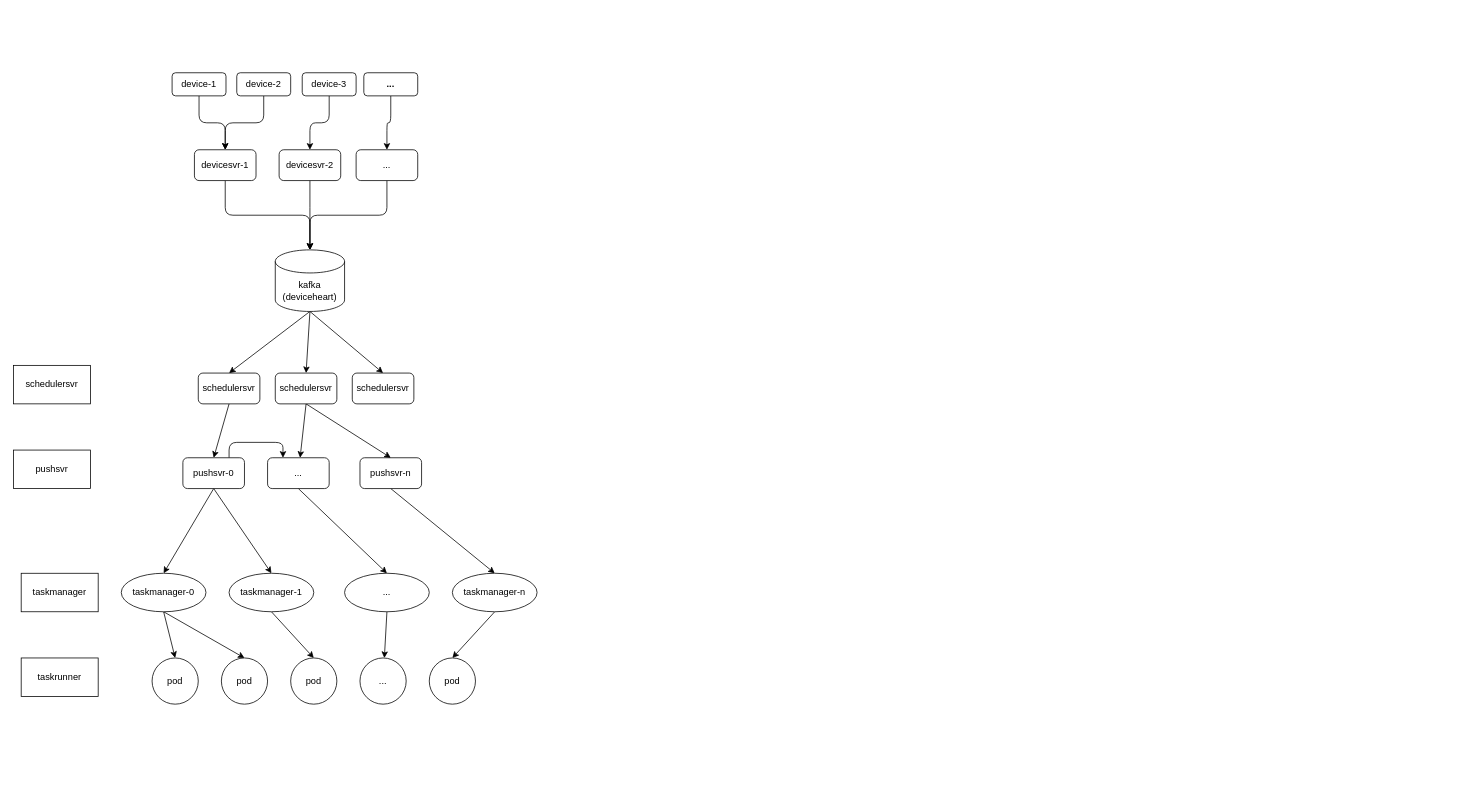
zhufuyin/draw keeps this draw.io diagram as 云测调度流程.drawio. Above is the earlier version. Source tidied: cells renumbered, new cells numbered last; positions are measured from the earlier drawing's top-left corner, leaving out a move shared by most shapes. Both pictures are drawn from the tidied source at 77%, with x=0, y=0 at pixel (13, 72).
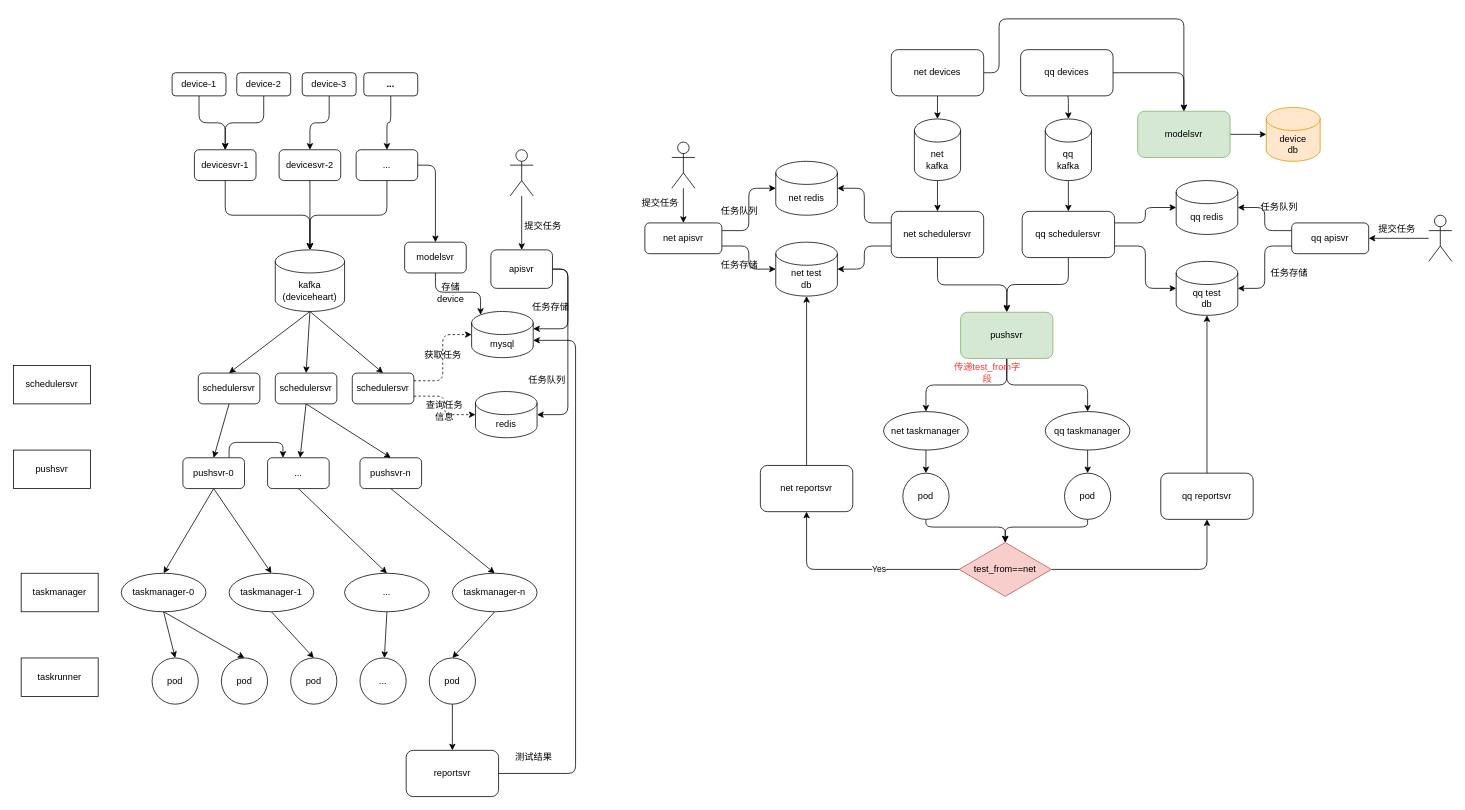
The same page after the edit.

Commit message:
更新云测调度流程.drawio

Unchanged cells that the change refers to:
```xml
<mxCell id="29" value="pod" style="ellipse;whiteSpace=wrap;html=1;" parent="1" vertex="1">
  <mxGeometry x="540" y="760" width="60" height="60" as="geometry" />
</mxCell>
<mxCell id="37" value="schedulersvr" style="rounded=1;whiteSpace=wrap;html=1;" parent="1" vertex="1">
  <mxGeometry x="440" y="390" width="80" height="40" as="geometry" />
</mxCell>
<mxCell id="43" value="..." style="rounded=1;whiteSpace=wrap;html=1;" parent="1" vertex="1">
  <mxGeometry x="445" y="100" width="80" height="40" as="geometry" />
</mxCell>
```

What changed in the source:
```diff
@@
+    <mxCell id="52" style="edgeStyle=orthogonalEdgeStyle;rounded=1;jettySize=auto;html=1;exitX=0.5;exitY=1;exitDx=0;exitDy=0;entryX=0.5;entryY=0;entryDx=0;entryDy=0;" parent="1" edge="1" source="29" target="69">
+      <mxGeometry relative="1" as="geometry" />
+    </mxCell>
@@
+    <mxCell id="53" style="edgeStyle=orthogonalEdgeStyle;rounded=1;jettySize=auto;html=1;exitX=1;exitY=0.75;exitDx=0;exitDy=0;entryX=0;entryY=0.5;entryDx=0;entryDy=0;entryPerimeter=0;dashed=1;" parent="1" edge="1" source="37" target="59">
+      <mxGeometry relative="1" as="geometry" />
+    </mxCell>
+    <mxCell id="54" style="edgeStyle=orthogonalEdgeStyle;rounded=1;jettySize=auto;html=1;exitX=1;exitY=0.25;exitDx=0;exitDy=0;entryX=0;entryY=0.5;entryDx=0;entryDy=0;entryPerimeter=0;dashed=1;" parent="1" edge="1" source="37" target="62">
+      <mxGeometry relative="1" as="geometry" />
+    </mxCell>
@@
+    <mxCell id="55" style="edgeStyle=orthogonalEdgeStyle;rounded=1;jettySize=auto;html=1;exitX=1;exitY=0.5;exitDx=0;exitDy=0;entryX=0.5;entryY=0;entryDx=0;entryDy=0;" parent="1" edge="1" source="43" target="72">
+      <mxGeometry relative="1" as="geometry" />
+    </mxCell>
@@
+    <mxCell id="56" style="edgeStyle=orthogonalEdgeStyle;rounded=1;jettySize=auto;html=1;exitX=1;exitY=0.5;exitDx=0;exitDy=0;entryX=1;entryY=0.5;entryDx=0;entryDy=0;entryPerimeter=0;" parent="1" edge="1" source="58" target="59">
+      <mxGeometry relative="1" as="geometry" />
+    </mxCell>
+    <mxCell id="57" style="edgeStyle=orthogonalEdgeStyle;rounded=1;jettySize=auto;html=1;exitX=1;exitY=0.5;exitDx=0;exitDy=0;entryX=1;entryY=0;entryDx=0;entryDy=22.5;entryPerimeter=0;" parent="1" edge="1" source="58" target="62">
+      <mxGeometry relative="1" as="geometry" />
+    </mxCell>
+    <mxCell id="58" value="apisvr" style="rounded=1;whiteSpace=wrap;html=1;" parent="1" vertex="1">
+      <mxGeometry x="620" y="230" width="80" height="50" as="geometry" />
+    </mxCell>
+    <mxCell id="59" value="&lt;div&gt;redis&lt;/div&gt;" style="shape=cylinder3;whiteSpace=wrap;html=1;boundedLbl=1;backgroundOutline=1;size=15;" parent="1" vertex="1">
+      <mxGeometry x="600" y="414" width="80" height="60" as="geometry" />
+    </mxCell>
+    <mxCell id="60" style="edgeStyle=orthogonalEdgeStyle;rounded=1;jettySize=auto;html=1;" parent="1" edge="1" source="61" target="58">
+      <mxGeometry relative="1" as="geometry" />
+    </mxCell>
+    <mxCell id="61" style="shape=umlActor;verticalLabelPosition=bottom;verticalAlign=top;html=1;outlineConnect=0;" parent="1" vertex="1">
+      <mxGeometry x="645" y="100" width="30" height="60" as="geometry" />
+    </mxCell>
+    <mxCell id="62" value="&lt;div&gt;mysql&lt;/div&gt;" style="shape=cylinder3;whiteSpace=wrap;html=1;boundedLbl=1;backgroundOutline=1;size=15;" parent="1" vertex="1">
+      <mxGeometry x="595" y="310" width="80" height="60" as="geometry" />
+    </mxCell>
+    <mxCell id="63" value="任务队列" style="text;html=1;strokeColor=none;fillColor=none;align=center;verticalAlign=middle;whiteSpace=wrap;rounded=0;" parent="1" vertex="1">
+      <mxGeometry x="663" y="384" width="60" height="30" as="geometry" />
+    </mxCell>
+    <mxCell id="64" value="任务存储" style="text;html=1;strokeColor=none;fillColor=none;align=center;verticalAlign=middle;whiteSpace=wrap;rounded=0;" parent="1" vertex="1">
+      <mxGeometry x="668" y="290" width="60" height="30" as="geometry" />
+    </mxCell>
+    <mxCell id="65" value="提交任务" style="text;html=1;strokeColor=none;fillColor=none;align=center;verticalAlign=middle;whiteSpace=wrap;rounded=0;" parent="1" vertex="1">
+      <mxGeometry x="658" y="185" width="60" height="30" as="geometry" />
+    </mxCell>
+    <mxCell id="66" value="获取任务" style="text;html=1;strokeColor=none;fillColor=none;align=center;verticalAlign=middle;whiteSpace=wrap;rounded=0;" parent="1" vertex="1">
+      <mxGeometry x="528" y="352" width="60" height="30" as="geometry" />
+    </mxCell>
+    <mxCell id="67" value="查询任务信息" style="text;html=1;strokeColor=none;fillColor=none;align=center;verticalAlign=middle;whiteSpace=wrap;rounded=0;" parent="1" vertex="1">
+      <mxGeometry x="530" y="424" width="60" height="30" as="geometry" />
+    </mxCell>
+    <mxCell id="68" style="edgeStyle=orthogonalEdgeStyle;rounded=1;jettySize=auto;html=1;exitX=1;exitY=0.5;exitDx=0;exitDy=0;entryX=1;entryY=0;entryDx=0;entryDy=37.5;entryPerimeter=0;" parent="1" edge="1" source="69" target="62">
+      <mxGeometry relative="1" as="geometry">
+        <Array as="points">
+          <mxPoint x="730" y="910" />
+          <mxPoint x="730" y="348" />
+        </Array>
+      </mxGeometry>
+    </mxCell>
+    <mxCell id="69" value="reportsvr" style="rounded=1;whiteSpace=wrap;html=1;" parent="1" vertex="1">
+      <mxGeometry x="510" y="880" width="120" height="60" as="geometry" />
+    </mxCell>
+    <mxCell id="70" value="测试结果" style="text;html=1;strokeColor=none;fillColor=none;align=center;verticalAlign=middle;whiteSpace=wrap;rounded=0;" parent="1" vertex="1">
+      <mxGeometry x="646" y="874" width="60" height="30" as="geometry" />
+    </mxCell>
+    <mxCell id="71" style="edgeStyle=orthogonalEdgeStyle;rounded=1;jettySize=auto;html=1;exitX=0.5;exitY=1;exitDx=0;exitDy=0;entryX=0.145;entryY=0;entryDx=0;entryDy=4.35;entryPerimeter=0;" parent="1" edge="1" source="72" target="62">
+      <mxGeometry relative="1" as="geometry" />
+    </mxCell>
+    <mxCell id="72" value="modelsvr" style="rounded=1;whiteSpace=wrap;html=1;" parent="1" vertex="1">
+      <mxGeometry x="508" y="220" width="80" height="40" as="geometry" />
+    </mxCell>
+    <mxCell id="73" value="存储device" style="text;html=1;strokeColor=none;fillColor=none;align=center;verticalAlign=middle;whiteSpace=wrap;rounded=0;" parent="1" vertex="1">
+      <mxGeometry x="538" y="271" width="60" height="30" as="geometry" />
+    </mxCell>
+    <mxCell id="74" style="edgeStyle=orthogonalEdgeStyle;rounded=1;jettySize=auto;html=1;exitX=1;exitY=0.5;exitDx=0;exitDy=0;" parent="1" edge="1" source="76" target="81">
+      <mxGeometry relative="1" as="geometry">
+        <Array as="points">
+          <mxPoint x="1280" />
+          <mxPoint x="1280" y="-70" />
+          <mxPoint x="1520" y="-70" />
+        </Array>
+      </mxGeometry>
+    </mxCell>
+    <mxCell id="75" style="edgeStyle=orthogonalEdgeStyle;rounded=1;jettySize=auto;html=1;exitX=0.5;exitY=1;exitDx=0;exitDy=0;entryX=0.5;entryY=0;entryDx=0;entryDy=0;entryPerimeter=0;" parent="1" edge="1" source="76" target="83">
+      <mxGeometry relative="1" as="geometry" />
+    </mxCell>
+    <mxCell id="76" value="net devices" style="rounded=1;whiteSpace=wrap;html=1;" parent="1" vertex="1">
+      <mxGeometry x="1140" y="-30" width="120" height="60" as="geometry" />
+    </mxCell>
+    <mxCell id="77" style="edgeStyle=orthogonalEdgeStyle;rounded=1;jettySize=auto;html=1;exitX=1;exitY=0.5;exitDx=0;exitDy=0;entryX=0.5;entryY=0;entryDx=0;entryDy=0;" parent="1" edge="1" source="79" target="81">
+      <mxGeometry relative="1" as="geometry" />
+    </mxCell>
+    <mxCell id="78" style="edgeStyle=orthogonalEdgeStyle;rounded=1;jettySize=auto;html=1;exitX=0.5;exitY=1;exitDx=0;exitDy=0;entryX=0.5;entryY=0;entryDx=0;entryDy=0;entryPerimeter=0;" parent="1" edge="1" source="79" target="86">
+      <mxGeometry relative="1" as="geometry" />
+    </mxCell>
+    <mxCell id="79" value="qq devices" style="rounded=1;whiteSpace=wrap;html=1;" parent="1" vertex="1">
+      <mxGeometry x="1308" y="-30" width="120" height="60" as="geometry" />
+    </mxCell>
+    <mxCell id="80" style="edgeStyle=orthogonalEdgeStyle;rounded=1;jettySize=auto;html=1;exitX=1;exitY=0.5;exitDx=0;exitDy=0;" parent="1" edge="1" source="81" target="84">
+      <mxGeometry relative="1" as="geometry" />
+    </mxCell>
+    <mxCell id="81" value="modelsvr" style="rounded=1;whiteSpace=wrap;html=1;fillColor=#d5e8d4;strokeColor=#82b366;" parent="1" vertex="1">
+      <mxGeometry x="1460" y="50" width="120" height="60" as="geometry" />
+    </mxCell>
+    <mxCell id="82" style="edgeStyle=orthogonalEdgeStyle;rounded=1;jettySize=auto;html=1;exitX=0.5;exitY=1;exitDx=0;exitDy=0;exitPerimeter=0;entryX=0.5;entryY=0;entryDx=0;entryDy=0;" parent="1" edge="1" source="83" target="90">
+      <mxGeometry relative="1" as="geometry" />
+    </mxCell>
+    <mxCell id="83" value="net&lt;br&gt;kafka" style="shape=cylinder3;whiteSpace=wrap;html=1;boundedLbl=1;backgroundOutline=1;size=15;" parent="1" vertex="1">
+      <mxGeometry x="1170" y="60" width="60" height="80" as="geometry" />
+    </mxCell>
+    <mxCell id="84" value="device&lt;br&gt;db" style="shape=cylinder3;whiteSpace=wrap;html=1;boundedLbl=1;backgroundOutline=1;size=15;fillColor=#ffe6cc;strokeColor=#d79b00;" parent="1" vertex="1">
+      <mxGeometry x="1627" y="45" width="70" height="70" as="geometry" />
+    </mxCell>
+    <mxCell id="85" style="edgeStyle=orthogonalEdgeStyle;rounded=1;jettySize=auto;html=1;exitX=0.5;exitY=1;exitDx=0;exitDy=0;exitPerimeter=0;entryX=0.5;entryY=0;entryDx=0;entryDy=0;" parent="1" edge="1" source="86" target="94">
+      <mxGeometry relative="1" as="geometry" />
+    </mxCell>
+    <mxCell id="86" value="qq&lt;br&gt;kafka" style="shape=cylinder3;whiteSpace=wrap;html=1;boundedLbl=1;backgroundOutline=1;size=15;" parent="1" vertex="1">
+      <mxGeometry x="1340" y="60" width="60" height="80" as="geometry" />
+    </mxCell>
+    <mxCell id="87" style="edgeStyle=orthogonalEdgeStyle;rounded=1;jettySize=auto;html=1;exitX=0.5;exitY=1;exitDx=0;exitDy=0;" parent="1" edge="1" source="90" target="97">
+      <mxGeometry relative="1" as="geometry" />
+    </mxCell>
+    <mxCell id="88" style="edgeStyle=orthogonalEdgeStyle;rounded=1;jettySize=auto;html=1;exitX=0;exitY=0.25;exitDx=0;exitDy=0;entryX=1;entryY=0.5;entryDx=0;entryDy=0;entryPerimeter=0;" parent="1" edge="1" source="90" target="114">
+      <mxGeometry relative="1" as="geometry" />
+    </mxCell>
+    <mxCell id="89" style="edgeStyle=orthogonalEdgeStyle;rounded=1;jettySize=auto;html=1;exitX=0;exitY=0.75;exitDx=0;exitDy=0;entryX=1;entryY=0.5;entryDx=0;entryDy=0;entryPerimeter=0;" parent="1" edge="1" source="90" target="107">
+      <mxGeometry relative="1" as="geometry" />
+    </mxCell>
+    <mxCell id="90" value="net schedulersvr" style="rounded=1;whiteSpace=wrap;html=1;" parent="1" vertex="1">
+      <mxGeometry x="1140" y="180" width="120" height="60" as="geometry" />
+    </mxCell>
+    <mxCell id="91" style="edgeStyle=orthogonalEdgeStyle;rounded=1;jettySize=auto;html=1;exitX=0.5;exitY=1;exitDx=0;exitDy=0;" parent="1" edge="1" source="94">
+      <mxGeometry relative="1" as="geometry">
+        <mxPoint x="1290" y="310" as="targetPoint" />
+      </mxGeometry>
+    </mxCell>
+    <mxCell id="92" style="edgeStyle=orthogonalEdgeStyle;rounded=1;jettySize=auto;html=1;exitX=1;exitY=0.25;exitDx=0;exitDy=0;entryX=0;entryY=0.5;entryDx=0;entryDy=0;entryPerimeter=0;" parent="1" edge="1" source="94" target="115">
+      <mxGeometry relative="1" as="geometry" />
+    </mxCell>
+    <mxCell id="93" style="edgeStyle=orthogonalEdgeStyle;rounded=1;jettySize=auto;html=1;exitX=1;exitY=0.75;exitDx=0;exitDy=0;entryX=0;entryY=0.5;entryDx=0;entryDy=0;entryPerimeter=0;" parent="1" edge="1" source="94" target="106">
+      <mxGeometry relative="1" as="geometry" />
+    </mxCell>
+    <mxCell id="94" value="qq schedulersvr" style="rounded=1;whiteSpace=wrap;html=1;" parent="1" vertex="1">
+      <mxGeometry x="1310" y="180" width="120" height="60" as="geometry" />
+    </mxCell>
+    <mxCell id="95" style="edgeStyle=orthogonalEdgeStyle;rounded=1;jettySize=auto;html=1;exitX=0.5;exitY=1;exitDx=0;exitDy=0;entryX=0.5;entryY=0;entryDx=0;entryDy=0;" parent="1" edge="1" source="97" target="99">
+      <mxGeometry relative="1" as="geometry" />
+    </mxCell>
+    <mxCell id="96" style="edgeStyle=orthogonalEdgeStyle;rounded=1;jettySize=auto;html=1;exitX=0.5;exitY=1;exitDx=0;exitDy=0;entryX=0.5;entryY=0;entryDx=0;entryDy=0;" parent="1" edge="1" source="97" target="101">
+      <mxGeometry relative="1" as="geometry" />
+    </mxCell>
+    <mxCell id="97" value="pushsvr" style="rounded=1;whiteSpace=wrap;html=1;fillColor=#d5e8d4;strokeColor=#82b366;" parent="1" vertex="1">
+      <mxGeometry x="1230" y="311" width="120" height="60" as="geometry" />
+    </mxCell>
+    <mxCell id="98" style="edgeStyle=orthogonalEdgeStyle;rounded=1;jettySize=auto;html=1;exitX=0.5;exitY=1;exitDx=0;exitDy=0;entryX=0.5;entryY=0;entryDx=0;entryDy=0;" parent="1" edge="1" source="99" target="103">
+      <mxGeometry relative="1" as="geometry" />
+    </mxCell>
+    <mxCell id="99" value="net taskmanager" style="ellipse;whiteSpace=wrap;html=1;" parent="1" vertex="1">
+      <mxGeometry x="1130" y="440" width="110" height="50" as="geometry" />
+    </mxCell>
+    <mxCell id="100" style="edgeStyle=orthogonalEdgeStyle;rounded=1;jettySize=auto;html=1;exitX=0.5;exitY=1;exitDx=0;exitDy=0;entryX=0.5;entryY=0;entryDx=0;entryDy=0;" parent="1" edge="1" source="101" target="105">
+      <mxGeometry relative="1" as="geometry" />
+    </mxCell>
+    <mxCell id="101" value="qq taskmanager" style="ellipse;whiteSpace=wrap;html=1;" parent="1" vertex="1">
+      <mxGeometry x="1340" y="440" width="110" height="50" as="geometry" />
+    </mxCell>
+    <mxCell id="102" style="edgeStyle=orthogonalEdgeStyle;rounded=1;jettySize=auto;html=1;exitX=0.5;exitY=1;exitDx=0;exitDy=0;entryX=0.5;entryY=0;entryDx=0;entryDy=0;" parent="1" edge="1" source="103" target="111">
+      <mxGeometry relative="1" as="geometry">
+        <Array as="points">
+          <mxPoint x="1185" y="590" />
+          <mxPoint x="1288" y="590" />
+        </Array>
+      </mxGeometry>
+    </mxCell>
+    <mxCell id="103" value="pod" style="ellipse;whiteSpace=wrap;html=1;" parent="1" vertex="1">
+      <mxGeometry x="1155" y="520" width="60" height="60" as="geometry" />
+    </mxCell>
+    <mxCell id="104" style="edgeStyle=orthogonalEdgeStyle;rounded=1;jettySize=auto;html=1;exitX=0.5;exitY=1;exitDx=0;exitDy=0;entryX=0.5;entryY=0;entryDx=0;entryDy=0;" parent="1" edge="1" source="105" target="111">
+      <mxGeometry relative="1" as="geometry">
+        <Array as="points">
+          <mxPoint x="1395" y="590" />
+          <mxPoint x="1288" y="590" />
+        </Array>
+      </mxGeometry>
+    </mxCell>
+    <mxCell id="105" value="pod" style="ellipse;whiteSpace=wrap;html=1;" parent="1" vertex="1">
+      <mxGeometry x="1365" y="520" width="60" height="60" as="geometry" />
+    </mxCell>
+    <mxCell id="106" value="qq test&lt;br&gt;db" style="shape=cylinder3;whiteSpace=wrap;html=1;boundedLbl=1;backgroundOutline=1;size=15;" parent="1" vertex="1">
+      <mxGeometry x="1510" y="245" width="80" height="70" as="geometry" />
+    </mxCell>
+    <mxCell id="107" value="net test&lt;br&gt;db" style="shape=cylinder3;whiteSpace=wrap;html=1;boundedLbl=1;backgroundOutline=1;size=15;" parent="1" vertex="1">
+      <mxGeometry x="990" y="220" width="80" height="70" as="geometry" />
+    </mxCell>
+    <mxCell id="108" value="传递test_from字段" style="text;html=1;strokeColor=none;fillColor=none;align=center;verticalAlign=middle;whiteSpace=wrap;rounded=0;fontColor=#FF3333;" parent="1" vertex="1">
+      <mxGeometry x="1215" y="375" width="100" height="30" as="geometry" />
+    </mxCell>
+    <mxCell id="109" value="Yes" style="edgeStyle=orthogonalEdgeStyle;rounded=1;jettySize=auto;html=1;exitX=0;exitY=0.5;exitDx=0;exitDy=0;entryX=0.5;entryY=1;entryDx=0;entryDy=0;" parent="1" edge="1" source="111" target="113">
+      <mxGeometry x="-0.24" relative="1" as="geometry" />
+    </mxCell>
+    <mxCell id="110" style="edgeStyle=orthogonalEdgeStyle;rounded=1;jettySize=auto;html=1;exitX=1;exitY=0.5;exitDx=0;exitDy=0;entryX=0.5;entryY=1;entryDx=0;entryDy=0;fontColor=#FF3333;" parent="1" edge="1" source="111" target="133">
+      <mxGeometry relative="1" as="geometry" />
+    </mxCell>
+    <mxCell id="111" value="test_from==net" style="rhombus;whiteSpace=wrap;html=1;fillColor=#f8cecc;strokeColor=#b85450;" parent="1" vertex="1">
+      <mxGeometry x="1228" y="610" width="120" height="70" as="geometry" />
+    </mxCell>
+    <mxCell id="112" style="edgeStyle=orthogonalEdgeStyle;rounded=1;jettySize=auto;html=1;exitX=0.5;exitY=0;exitDx=0;exitDy=0;entryX=0.5;entryY=1;entryDx=0;entryDy=0;entryPerimeter=0;" parent="1" edge="1" source="113" target="107">
+      <mxGeometry relative="1" as="geometry" />
+    </mxCell>
+    <mxCell id="113" value="net reportsvr" style="rounded=1;whiteSpace=wrap;html=1;" parent="1" vertex="1">
+      <mxGeometry x="970" y="510" width="120" height="60" as="geometry" />
+    </mxCell>
+    <mxCell id="114" value="net redis" style="shape=cylinder3;whiteSpace=wrap;html=1;boundedLbl=1;backgroundOutline=1;size=15;" parent="1" vertex="1">
+      <mxGeometry x="990" y="115" width="80" height="70" as="geometry" />
+    </mxCell>
+    <mxCell id="115" value="qq redis" style="shape=cylinder3;whiteSpace=wrap;html=1;boundedLbl=1;backgroundOutline=1;size=15;" parent="1" vertex="1">
+      <mxGeometry x="1510" y="140" width="80" height="70" as="geometry" />
+    </mxCell>
+    <mxCell id="116" style="edgeStyle=orthogonalEdgeStyle;rounded=1;jettySize=auto;html=1;exitX=1;exitY=0.25;exitDx=0;exitDy=0;entryX=0;entryY=0.5;entryDx=0;entryDy=0;entryPerimeter=0;" parent="1" edge="1" source="118" target="114">
+      <mxGeometry relative="1" as="geometry" />
+    </mxCell>
+    <mxCell id="117" style="edgeStyle=orthogonalEdgeStyle;rounded=1;jettySize=auto;html=1;exitX=1;exitY=0.75;exitDx=0;exitDy=0;entryX=0;entryY=0.5;entryDx=0;entryDy=0;entryPerimeter=0;" parent="1" edge="1" source="118" target="107">
+      <mxGeometry relative="1" as="geometry" />
+    </mxCell>
+    <mxCell id="118" value="net apisvr" style="rounded=1;whiteSpace=wrap;html=1;" parent="1" vertex="1">
+      <mxGeometry x="820" y="195" width="100" height="40" as="geometry" />
+    </mxCell>
+    <mxCell id="119" style="edgeStyle=orthogonalEdgeStyle;rounded=1;jettySize=auto;html=1;exitX=0;exitY=0.25;exitDx=0;exitDy=0;entryX=1;entryY=0.5;entryDx=0;entryDy=0;entryPerimeter=0;" parent="1" edge="1" source="121" target="115">
+      <mxGeometry relative="1" as="geometry" />
+    </mxCell>
+    <mxCell id="120" style="edgeStyle=orthogonalEdgeStyle;rounded=1;jettySize=auto;html=1;exitX=0;exitY=0.75;exitDx=0;exitDy=0;entryX=1;entryY=0.5;entryDx=0;entryDy=0;entryPerimeter=0;" parent="1" edge="1" source="121" target="106">
+      <mxGeometry relative="1" as="geometry" />
+    </mxCell>
+    <mxCell id="121" value="qq apisvr" style="rounded=1;whiteSpace=wrap;html=1;" parent="1" vertex="1">
+      <mxGeometry x="1660" y="195" width="100" height="40" as="geometry" />
+    </mxCell>
+    <mxCell id="122" style="edgeStyle=orthogonalEdgeStyle;rounded=1;jettySize=auto;html=1;" parent="1" edge="1" source="123" target="118">
+      <mxGeometry relative="1" as="geometry" />
+    </mxCell>
+    <mxCell id="123" style="shape=umlActor;verticalLabelPosition=bottom;verticalAlign=top;html=1;outlineConnect=0;" parent="1" vertex="1">
+      <mxGeometry x="855" y="90" width="30" height="60" as="geometry" />
+    </mxCell>
+    <mxCell id="124" style="edgeStyle=orthogonalEdgeStyle;rounded=1;jettySize=auto;html=1;" parent="1" edge="1" source="125" target="121">
+      <mxGeometry relative="1" as="geometry" />
+    </mxCell>
+    <mxCell id="125" style="shape=umlActor;verticalLabelPosition=bottom;verticalAlign=top;html=1;outlineConnect=0;" parent="1" vertex="1">
+      <mxGeometry x="1838" y="185" width="30" height="60" as="geometry" />
+    </mxCell>
+    <mxCell id="126" value="提交任务" style="text;html=1;strokeColor=none;fillColor=none;align=center;verticalAlign=middle;whiteSpace=wrap;rounded=0;" parent="1" vertex="1">
+      <mxGeometry x="810" y="155" width="60" height="30" as="geometry" />
+    </mxCell>
+    <mxCell id="127" value="提交任务" style="text;html=1;strokeColor=none;fillColor=none;align=center;verticalAlign=middle;whiteSpace=wrap;rounded=0;" parent="1" vertex="1">
+      <mxGeometry x="1767" y="188" width="60" height="30" as="geometry" />
+    </mxCell>
+    <mxCell id="128" value="任务队列" style="text;html=1;strokeColor=none;fillColor=none;align=center;verticalAlign=middle;whiteSpace=wrap;rounded=0;" parent="1" vertex="1">
+      <mxGeometry x="913" y="165" width="60" height="30" as="geometry" />
+    </mxCell>
+    <mxCell id="129" value="任务存储" style="text;html=1;strokeColor=none;fillColor=none;align=center;verticalAlign=middle;whiteSpace=wrap;rounded=0;" parent="1" vertex="1">
+      <mxGeometry x="913" y="235" width="60" height="30" as="geometry" />
+    </mxCell>
+    <mxCell id="130" value="任务队列" style="text;html=1;strokeColor=none;fillColor=none;align=center;verticalAlign=middle;whiteSpace=wrap;rounded=0;" parent="1" vertex="1">
+      <mxGeometry x="1614" y="160" width="60" height="30" as="geometry" />
+    </mxCell>
+    <mxCell id="131" value="任务存储" style="text;html=1;strokeColor=none;fillColor=none;align=center;verticalAlign=middle;whiteSpace=wrap;rounded=0;" parent="1" vertex="1">
+      <mxGeometry x="1627" y="245" width="60" height="30" as="geometry" />
+    </mxCell>
+    <mxCell id="132" style="edgeStyle=orthogonalEdgeStyle;rounded=1;jettySize=auto;html=1;exitX=0.5;exitY=0;exitDx=0;exitDy=0;entryX=0.5;entryY=1;entryDx=0;entryDy=0;entryPerimeter=0;fontColor=#FF3333;" parent="1" edge="1" source="133" target="106">
+      <mxGeometry relative="1" as="geometry" />
+    </mxCell>
+    <mxCell id="133" value="qq reportsvr" style="rounded=1;whiteSpace=wrap;html=1;" parent="1" vertex="1">
+      <mxGeometry x="1490" y="520" width="120" height="60" as="geometry" />
+    </mxCell>
```
